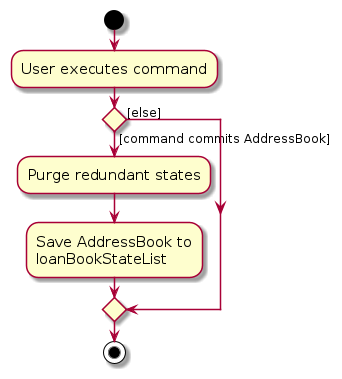
This is diagrams/CommitActivityDiagram.png from changjy81/tp, a PlantUML export, as it was before one commit. Its source is kept beside it as diagrams/CommitActivityDiagram.puml.
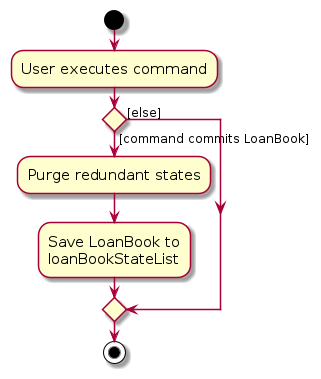
After the change.

Change to the diagram source:
```diff
@@ -6,9 +6,9 @@
 :User executes command;
 
 
-if () then ([command commits AddressBook])
+if () then ([command commits LoanBook])
     :Purge redundant states;
-    :Save AddressBook to
+    :Save LoanBook to
     loanBookStateList;
 else ([else])
 endif
```
